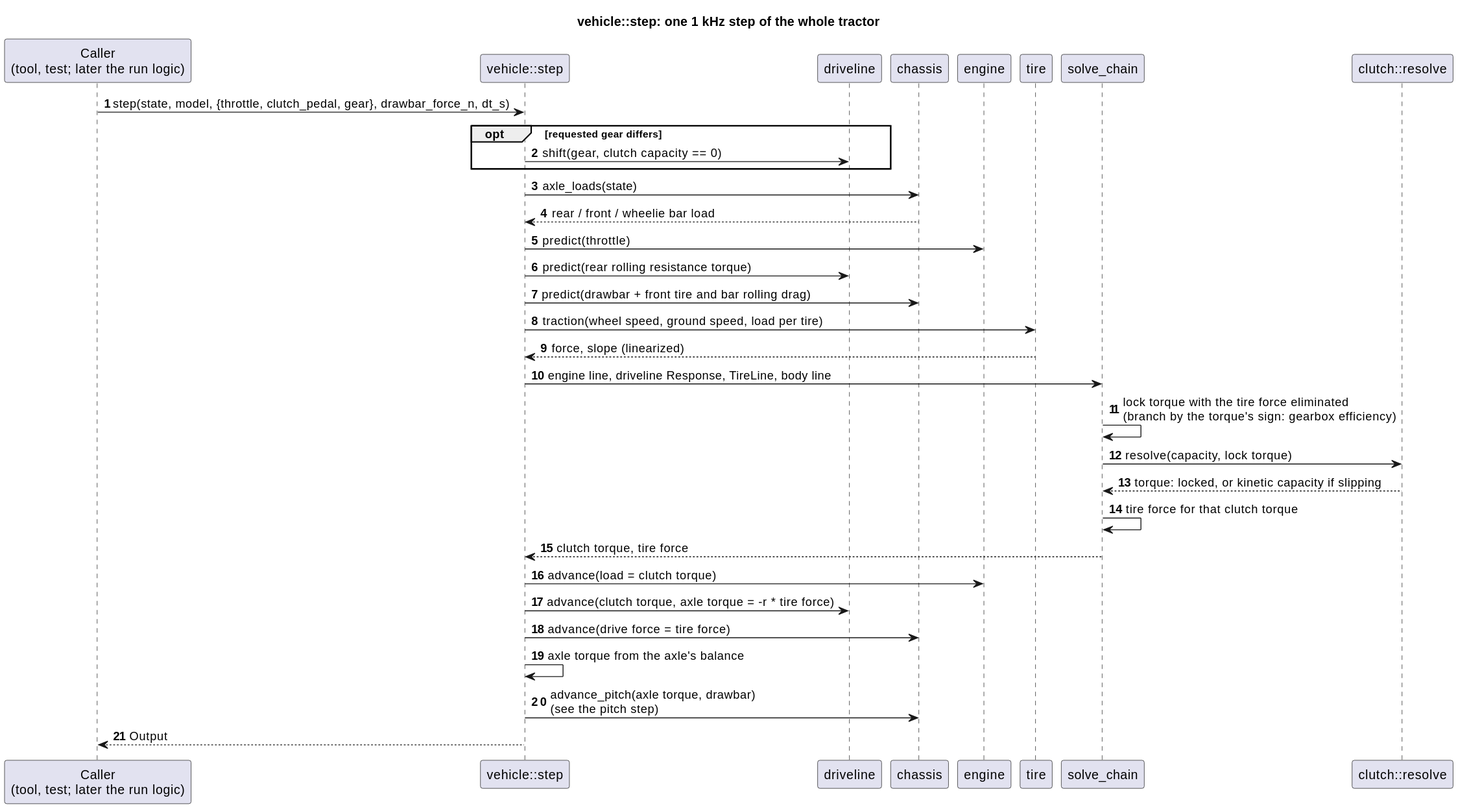
Earlier version of the PlantUML export docs/diagrams/svg/vehicle_step_sequence.svg (wversteeg/TractorPulling).
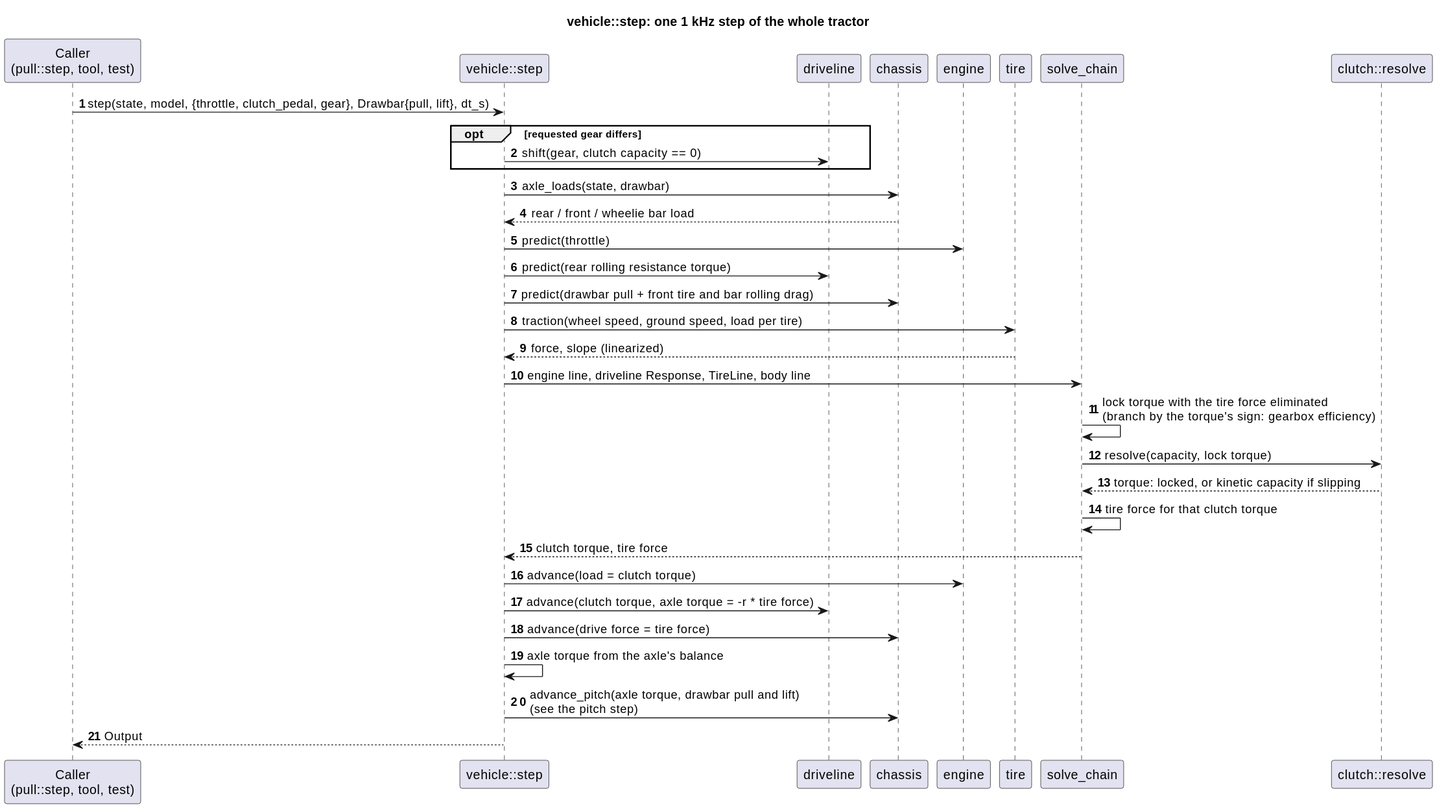
After the change.

Change to the diagram source:
```diff
@@ -1,7 +1,7 @@
 @startuml
 title vehicle::step: one 1 kHz step of the whole tractor
 autonumber
-participant "Caller\n(tool, test; later the run logic)" as Caller
+participant "Caller\n(pull::step, tool, test)" as Caller
 participant "vehicle::step" as Step
 participant "driveline" as Driveline
 participant "chassis" as Chassis
@@ -10,15 +10,15 @@
 participant "solve_chain" as Solve
 participant "clutch::resolve" as Clutch
 
-Caller -> Step : step(state, model, {throttle, clutch_pedal, gear}, drawbar_force_n, dt_s)
+Caller -> Step : step(state, model, {throttle, clutch_pedal, gear}, Drawbar{pull, lift}, dt_s)
 opt requested gear differs
   Step -> Driveline : shift(gear, clutch capacity == 0)
 end
-Step -> Chassis : axle_loads(state)
+Step -> Chassis : axle_loads(state, drawbar)
 Chassis --> Step : rear / front / wheelie bar load
 Step -> Engine : predict(throttle)
 Step -> Driveline : predict(rear rolling resistance torque)
-Step -> Chassis : predict(drawbar + front tire and bar rolling drag)
+Step -> Chassis : predict(drawbar pull + front tire and bar rolling drag)
 Step -> Tire : traction(wheel speed, ground speed, load per tire)
 Tire --> Step : force, slope (linearized)
 Step -> Solve : engine line, driveline Response, TireLine, body line
@@ -31,6 +31,6 @@
 Step -> Driveline : advance(clutch torque, axle torque = -r * tire force)
 Step -> Chassis : advance(drive force = tire force)
 Step -> Step : axle torque from the axle's balance
-Step -> Chassis : advance_pitch(axle torque, drawbar)\n(see the pitch step)
+Step -> Chassis : advance_pitch(axle torque, drawbar pull and lift)\n(see the pitch step)
 Step --> Caller : Output
 @enduml
```
